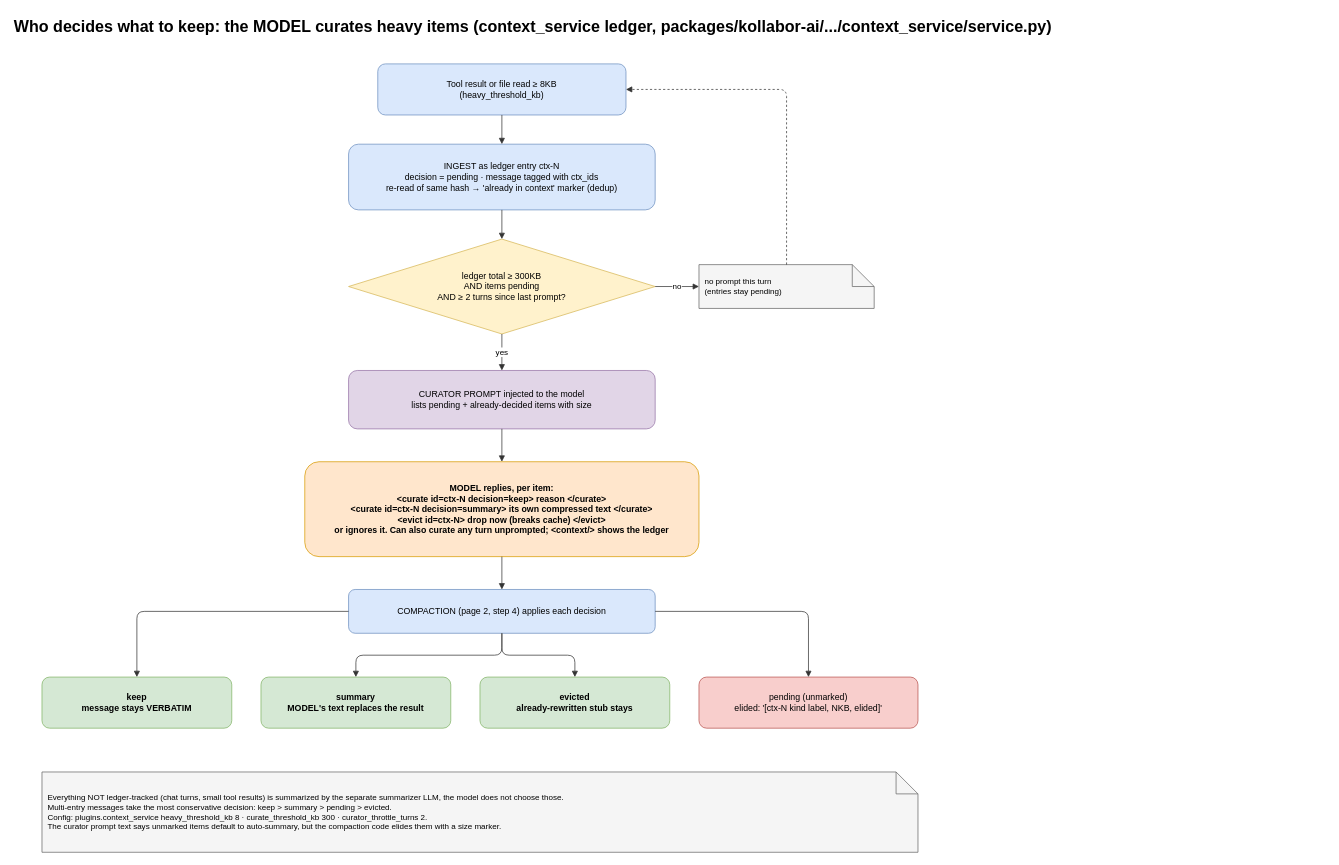
This is page "4 Model-driven curation" (4 of 4) of docs/diagrams/context-compaction.drawio from kollaborai/kollab, a draw.io file, before an edit. Source tidied: cells renumbered, new cells numbered last; positions are measured from the earlier drawing's top-left corner, leaving out a move shared by most shapes. Both pictures are drawn from the tidied source at 73%, with x=0, y=0 at pixel (12, 12).
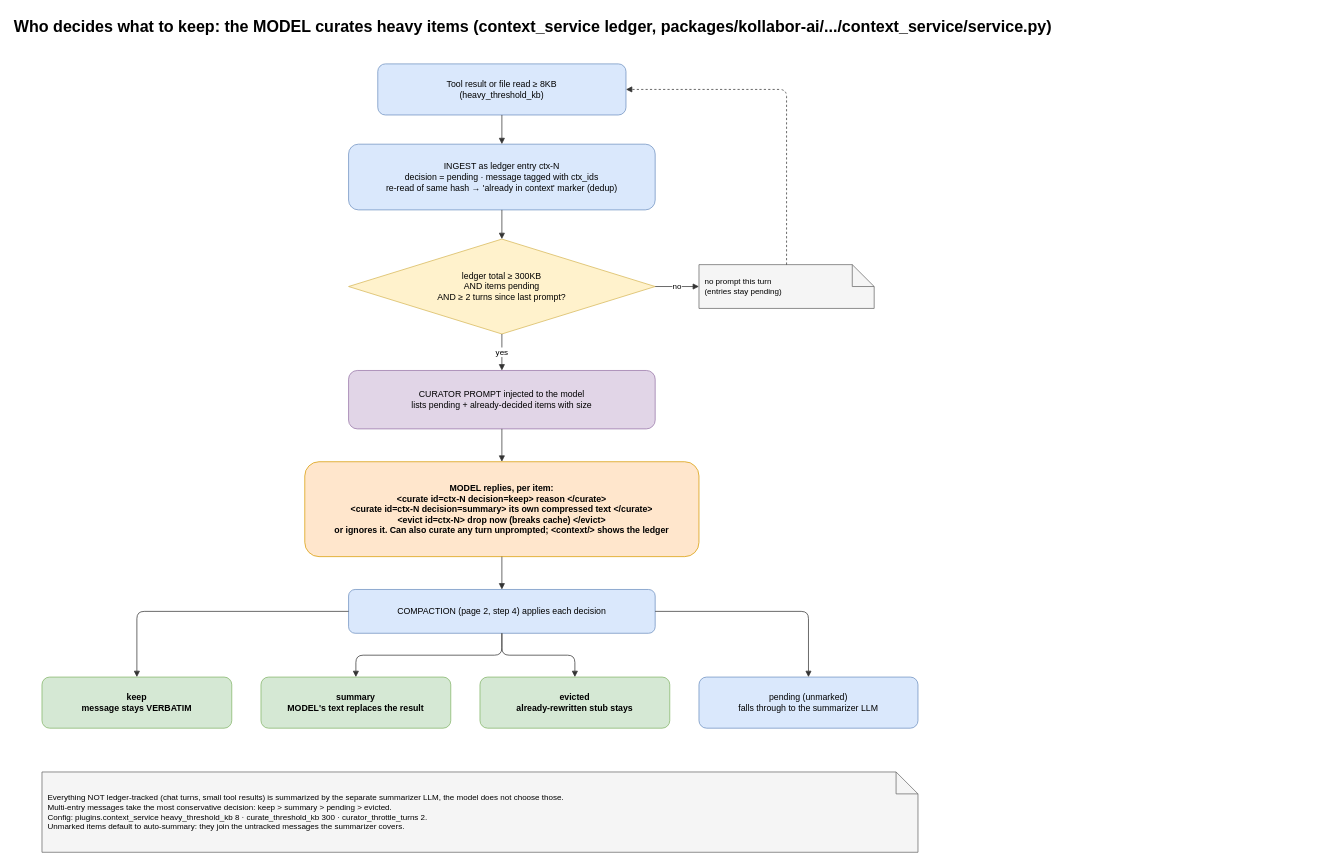
Above is the later version.

Commit message (it also covers changes not shown here):
Update compaction diagram for uncurated item handling

Diff of the diagram source:
```diff
@@
-    <mxCell id="13" value="pending (unmarked)&lt;br&gt;elided: '[ctx-N kind label, NKB, elided]'" style="rounded=1;whiteSpace=wrap;html=1;fillColor=#f8cecc;strokeColor=#b85450;" parent="1" vertex="1">
+    <mxCell id="13" value="pending (unmarked)&lt;br&gt;falls through to the summarizer LLM" style="rounded=1;whiteSpace=wrap;html=1;fillColor=#dae8fc;strokeColor=#6c8ebf;" parent="1" vertex="1">
       <mxGeometry x="940" y="910" width="300" height="70" as="geometry" />
     </mxCell>
@@
-    <mxCell id="25" value="Everything NOT ledger-tracked (chat turns, small tool results) is summarized by the separate summarizer LLM, the model does not choose those.&lt;br&gt;Multi-entry messages take the most conservative decision: keep &amp;gt; summary &amp;gt; pending &amp;gt; evicted.&lt;br&gt;Config: plugins.context_service heavy_threshold_kb 8 · curate_threshold_kb 300 · curator_throttle_turns 2.&lt;br&gt;The curator prompt text says unmarked items default to auto-summary, but the compaction code elides them with a size marker." style="shape=note;whiteSpace=wrap;html=1;fillColor=#f5f5f5;strokeColor=#666666;align=left;spacingLeft=6;fontSize=11;" parent="1" vertex="1">
+    <mxCell id="25" value="Everything NOT ledger-tracked (chat turns, small tool results) is summarized by the separate summarizer LLM, the model does not choose those.&lt;br&gt;Multi-entry messages take the most conservative decision: keep &amp;gt; summary &amp;gt; pending &amp;gt; evicted.&lt;br&gt;Config: plugins.context_service heavy_threshold_kb 8 · curate_threshold_kb 300 · curator_throttle_turns 2.&lt;br&gt;Unmarked items default to auto-summary: they join the untracked messages the summarizer covers." style="shape=note;whiteSpace=wrap;html=1;fillColor=#f5f5f5;strokeColor=#666666;align=left;spacingLeft=6;fontSize=11;" parent="1" vertex="1">
       <mxGeometry x="40" y="1040" width="1200" height="110" as="geometry" />
     </mxCell>
```
